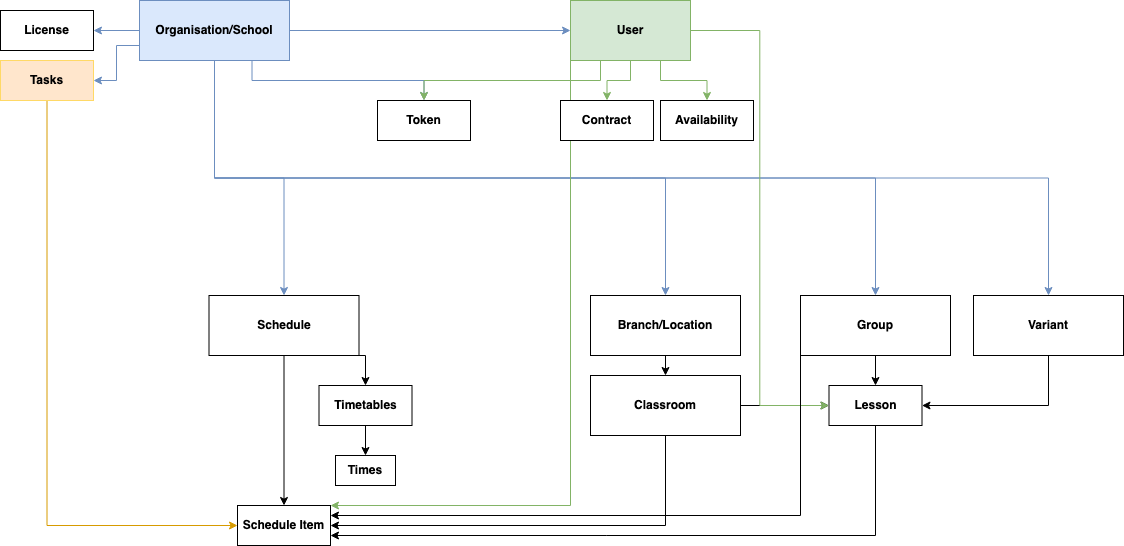
Before: Diagram zonder titel.drawio.png, a diagram exported from draw.io (joshuahiwat/randomeasytest). Source tidied: cells renumbered, new cells last; positions are measured from the earlier drawing's top-left corner, leaving out a move shared by most shapes.
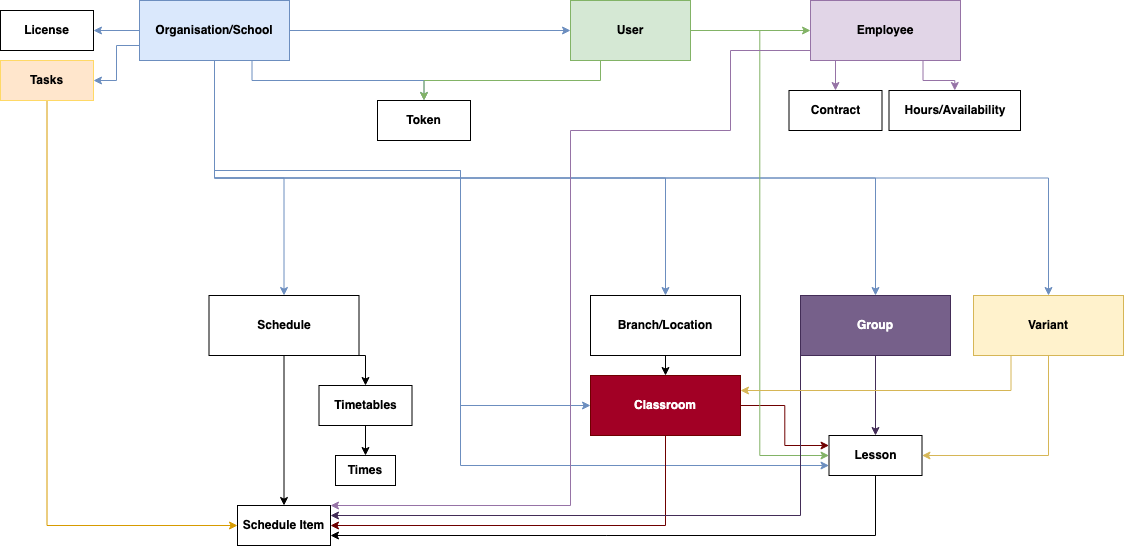
Later version of the same file.

Commit message:
EDU Middleware

What changed in the source:
```diff
@@ -31,6 +31,24 @@
     <mxCell id="10" style="edgeStyle=orthogonalEdgeStyle;rounded=0;jettySize=auto;html=1;exitX=0.5;exitY=1;exitDx=0;exitDy=0;entryX=0.5;entryY=0;entryDx=0;entryDy=0;fillColor=#dae8fc;strokeColor=#6c8ebf;" parent="1" edge="1" source="11" target="42">
       <mxGeometry relative="1" as="geometry" />
     </mxCell>
+    <mxCell id="43" style="edgeStyle=orthogonalEdgeStyle;rounded=0;jettySize=auto;html=1;exitX=0.5;exitY=1;exitDx=0;exitDy=0;entryX=0;entryY=0.5;entryDx=0;entryDy=0;fillColor=#dae8fc;strokeColor=#6c8ebf;" parent="1" edge="1" source="11" target="16">
+      <mxGeometry relative="1" as="geometry">
+        <Array as="points">
+          <mxPoint x="214" y="170" />
+          <mxPoint x="460" y="170" />
+          <mxPoint x="460" y="405" />
+        </Array>
+      </mxGeometry>
+    </mxCell>
+    <mxCell id="44" style="edgeStyle=orthogonalEdgeStyle;rounded=0;jettySize=auto;html=1;exitX=0.5;exitY=1;exitDx=0;exitDy=0;entryX=0;entryY=0.75;entryDx=0;entryDy=0;fillColor=#dae8fc;strokeColor=#6c8ebf;" parent="1" edge="1" source="11" target="30">
+      <mxGeometry relative="1" as="geometry">
+        <Array as="points">
+          <mxPoint x="214" y="170" />
+          <mxPoint x="460" y="170" />
+          <mxPoint x="460" y="465" />
+        </Array>
+      </mxGeometry>
+    </mxCell>
     <mxCell id="11" value="&lt;b&gt;Organisation/School&lt;/b&gt;" style="rounded=0;whiteSpace=wrap;html=1;fillColor=#dae8fc;strokeColor=#6c8ebf;" parent="1" vertex="1">
       <mxGeometry x="139" width="150" height="60" as="geometry" />
     </mxCell>
@@ -40,60 +58,50 @@
     <mxCell id="13" value="&lt;b&gt;Branch/Location&lt;/b&gt;" style="rounded=0;whiteSpace=wrap;html=1;" parent="1" vertex="1">
       <mxGeometry x="590" y="295" width="150" height="60" as="geometry" />
     </mxCell>
-    <mxCell id="14" style="edgeStyle=orthogonalEdgeStyle;rounded=0;jettySize=auto;html=1;exitX=0.5;exitY=1;exitDx=0;exitDy=0;entryX=1;entryY=0.5;entryDx=0;entryDy=0;" parent="1" edge="1" source="16" target="37">
+    <mxCell id="14" style="edgeStyle=orthogonalEdgeStyle;rounded=0;jettySize=auto;html=1;exitX=0.5;exitY=1;exitDx=0;exitDy=0;entryX=1;entryY=0.5;entryDx=0;entryDy=0;fillColor=#a20025;strokeColor=#6F0000;" parent="1" edge="1" source="16" target="37">
       <mxGeometry relative="1" as="geometry" />
     </mxCell>
-    <mxCell id="15" style="edgeStyle=orthogonalEdgeStyle;rounded=0;jettySize=auto;html=1;exitX=1;exitY=0.5;exitDx=0;exitDy=0;" parent="1" edge="1" source="16" target="30">
+    <mxCell id="15" style="edgeStyle=orthogonalEdgeStyle;rounded=0;jettySize=auto;html=1;exitX=1;exitY=0.5;exitDx=0;exitDy=0;fillColor=#a20025;strokeColor=#6F0000;entryX=0;entryY=0.25;entryDx=0;entryDy=0;" parent="1" edge="1" source="16" target="30">
       <mxGeometry relative="1" as="geometry" />
     </mxCell>
-    <mxCell id="16" value="&lt;b&gt;Classroom&lt;/b&gt;" style="rounded=0;whiteSpace=wrap;html=1;" parent="1" vertex="1">
+    <mxCell id="16" value="&lt;b&gt;Classroom&lt;/b&gt;" style="rounded=0;whiteSpace=wrap;html=1;fillColor=#a20025;fontColor=#ffffff;strokeColor=#6F0000;" parent="1" vertex="1">
       <mxGeometry x="590" y="375" width="150" height="60" as="geometry" />
     </mxCell>
-    <mxCell id="17" style="edgeStyle=orthogonalEdgeStyle;rounded=0;jettySize=auto;html=1;exitX=0.5;exitY=1;exitDx=0;exitDy=0;entryX=0.5;entryY=0;entryDx=0;entryDy=0;fillColor=#d5e8d4;strokeColor=#82b366;" parent="1" edge="1" source="22" target="24">
-      <mxGeometry relative="1" as="geometry" />
-    </mxCell>
-    <mxCell id="18" style="edgeStyle=orthogonalEdgeStyle;rounded=0;jettySize=auto;html=1;exitX=0.75;exitY=1;exitDx=0;exitDy=0;entryX=0.5;entryY=0;entryDx=0;entryDy=0;fillColor=#d5e8d4;strokeColor=#82b366;" parent="1" edge="1" source="22" target="23">
-      <mxGeometry relative="1" as="geometry" />
-    </mxCell>
     <mxCell id="19" style="edgeStyle=orthogonalEdgeStyle;rounded=0;jettySize=auto;html=1;exitX=0.25;exitY=1;exitDx=0;exitDy=0;entryX=0.5;entryY=0;entryDx=0;entryDy=0;fillColor=#d5e8d4;strokeColor=#82b366;" parent="1" edge="1" source="22" target="31">
       <mxGeometry relative="1" as="geometry" />
     </mxCell>
     <mxCell id="20" style="edgeStyle=orthogonalEdgeStyle;rounded=0;jettySize=auto;html=1;exitX=1;exitY=0.5;exitDx=0;exitDy=0;entryX=0;entryY=0.5;entryDx=0;entryDy=0;fillColor=#d5e8d4;strokeColor=#82b366;" parent="1" edge="1" source="22" target="30">
       <mxGeometry relative="1" as="geometry" />
     </mxCell>
-    <mxCell id="21" style="edgeStyle=orthogonalEdgeStyle;rounded=0;jettySize=auto;html=1;exitX=0;exitY=1;exitDx=0;exitDy=0;entryX=1;entryY=0;entryDx=0;entryDy=0;fillColor=#d5e8d4;strokeColor=#82b366;" parent="1" edge="1" source="22" target="37">
-      <mxGeometry relative="1" as="geometry">
-        <Array as="points">
-          <mxPoint x="570" y="505" />
-        </Array>
-      </mxGeometry>
-    </mxCell>
+    <mxCell id="45" style="edgeStyle=orthogonalEdgeStyle;rounded=0;jettySize=auto;html=1;exitX=1;exitY=0.5;exitDx=0;exitDy=0;fillColor=#d5e8d4;strokeColor=#82b366;" parent="1" edge="1" source="22" target="50">
+      <mxGeometry relative="1" as="geometry" />
+    </mxCell>
     <mxCell id="22" value="&lt;b&gt;User&lt;/b&gt;" style="rounded=0;whiteSpace=wrap;html=1;fillColor=#d5e8d4;strokeColor=#82b366;" parent="1" vertex="1">
       <mxGeometry x="570" width="120" height="60" as="geometry" />
     </mxCell>
-    <mxCell id="23" value="&lt;b&gt;Availability&lt;br&gt;&lt;/b&gt;" style="rounded=0;whiteSpace=wrap;html=1;" parent="1" vertex="1">
-      <mxGeometry x="660" y="100" width="93" height="40" as="geometry" />
+    <mxCell id="23" value="&lt;b&gt;Hours/Availability&lt;br&gt;&lt;/b&gt;" style="rounded=0;whiteSpace=wrap;html=1;" parent="1" vertex="1">
+      <mxGeometry x="888.5" y="90" width="131.5" height="40" as="geometry" />
     </mxCell>
     <mxCell id="24" value="&lt;b&gt;Contract&lt;br&gt;&lt;/b&gt;" style="rounded=0;whiteSpace=wrap;html=1;" parent="1" vertex="1">
-      <mxGeometry x="560" y="100" width="93" height="40" as="geometry" />
+      <mxGeometry x="788.5" y="90" width="93" height="40" as="geometry" />
     </mxCell>
     <mxCell id="25" value="&lt;b&gt;License&lt;br&gt;&lt;/b&gt;" style="rounded=0;whiteSpace=wrap;html=1;" parent="1" vertex="1">
       <mxGeometry y="10" width="93" height="40" as="geometry" />
     </mxCell>
-    <mxCell id="26" style="edgeStyle=orthogonalEdgeStyle;rounded=0;jettySize=auto;html=1;exitX=0.5;exitY=1;exitDx=0;exitDy=0;entryX=0.5;entryY=0;entryDx=0;entryDy=0;" parent="1" edge="1" source="28" target="30">
+    <mxCell id="26" style="edgeStyle=orthogonalEdgeStyle;rounded=0;jettySize=auto;html=1;exitX=0.5;exitY=1;exitDx=0;exitDy=0;entryX=0.5;entryY=0;entryDx=0;entryDy=0;fillColor=#76608a;strokeColor=#432D57;" parent="1" edge="1" source="28" target="30">
       <mxGeometry relative="1" as="geometry" />
     </mxCell>
-    <mxCell id="27" style="edgeStyle=orthogonalEdgeStyle;rounded=0;jettySize=auto;html=1;exitX=0;exitY=1;exitDx=0;exitDy=0;entryX=1;entryY=0.25;entryDx=0;entryDy=0;" parent="1" edge="1" source="28" target="37">
+    <mxCell id="27" style="edgeStyle=orthogonalEdgeStyle;rounded=0;jettySize=auto;html=1;exitX=0;exitY=1;exitDx=0;exitDy=0;entryX=1;entryY=0.25;entryDx=0;entryDy=0;fillColor=#76608a;strokeColor=#432D57;" parent="1" edge="1" source="28" target="37">
       <mxGeometry relative="1" as="geometry" />
     </mxCell>
-    <mxCell id="28" value="&lt;b&gt;Group&lt;br&gt;&lt;/b&gt;" style="rounded=0;whiteSpace=wrap;html=1;" parent="1" vertex="1">
+    <mxCell id="28" value="&lt;b&gt;Group&lt;br&gt;&lt;/b&gt;" style="rounded=0;whiteSpace=wrap;html=1;fillColor=#76608a;fontColor=#ffffff;strokeColor=#432D57;" parent="1" vertex="1">
       <mxGeometry x="800" y="295" width="150" height="60" as="geometry" />
     </mxCell>
     <mxCell id="29" style="edgeStyle=orthogonalEdgeStyle;rounded=0;jettySize=auto;html=1;exitX=0.5;exitY=1;exitDx=0;exitDy=0;entryX=1;entryY=0.75;entryDx=0;entryDy=0;" parent="1" edge="1" source="30" target="37">
       <mxGeometry relative="1" as="geometry" />
     </mxCell>
     <mxCell id="30" value="&lt;b&gt;Lesson&lt;br&gt;&lt;/b&gt;" style="rounded=0;whiteSpace=wrap;html=1;" parent="1" vertex="1">
-      <mxGeometry x="828.5" y="385" width="93" height="40" as="geometry" />
+      <mxGeometry x="828.5" y="435" width="93" height="40" as="geometry" />
     </mxCell>
     <mxCell id="31" value="&lt;b&gt;Token&lt;br&gt;&lt;/b&gt;" style="rounded=0;whiteSpace=wrap;html=1;" parent="1" vertex="1">
       <mxGeometry x="377" y="100" width="93" height="40" as="geometry" />
@@ -125,11 +133,34 @@
     <mxCell id="40" value="&lt;b&gt;Times&lt;br&gt;&lt;/b&gt;" style="rounded=0;whiteSpace=wrap;html=1;" parent="1" vertex="1">
       <mxGeometry x="335" y="455" width="60" height="30" as="geometry" />
     </mxCell>
-    <mxCell id="41" style="edgeStyle=orthogonalEdgeStyle;rounded=0;jettySize=auto;html=1;exitX=0.5;exitY=1;exitDx=0;exitDy=0;entryX=1;entryY=0.5;entryDx=0;entryDy=0;" parent="1" edge="1" source="42" target="30">
+    <mxCell id="41" style="edgeStyle=orthogonalEdgeStyle;rounded=0;jettySize=auto;html=1;exitX=0.5;exitY=1;exitDx=0;exitDy=0;entryX=1;entryY=0.5;entryDx=0;entryDy=0;fillColor=#fff2cc;strokeColor=#d6b656;" parent="1" edge="1" source="42" target="30">
       <mxGeometry relative="1" as="geometry" />
     </mxCell>
+    <mxCell id="46" style="edgeStyle=orthogonalEdgeStyle;rounded=0;jettySize=auto;html=1;exitX=0.25;exitY=1;exitDx=0;exitDy=0;entryX=1;entryY=0.25;entryDx=0;entryDy=0;fillColor=#fff2cc;strokeColor=#d6b656;" parent="1" edge="1" source="42" target="16">
+      <mxGeometry relative="1" as="geometry" />
+    </mxCell>
-    <mxCell id="42" value="&lt;b&gt;Variant&lt;br&gt;&lt;/b&gt;" style="rounded=0;whiteSpace=wrap;html=1;" parent="1" vertex="1">
+    <mxCell id="42" value="&lt;b&gt;Variant&lt;br&gt;&lt;/b&gt;" style="rounded=0;whiteSpace=wrap;html=1;fillColor=#fff2cc;strokeColor=#d6b656;" parent="1" vertex="1">
       <mxGeometry x="973" y="295" width="150" height="60" as="geometry" />
     </mxCell>
+    <mxCell id="47" style="edgeStyle=orthogonalEdgeStyle;rounded=0;jettySize=auto;html=1;exitX=0.75;exitY=1;exitDx=0;exitDy=0;entryX=0.5;entryY=0;entryDx=0;entryDy=0;fillColor=#e1d5e7;strokeColor=#9673a6;" parent="1" edge="1" source="50" target="23">
+      <mxGeometry relative="1" as="geometry" />
+    </mxCell>
+    <mxCell id="48" style="edgeStyle=orthogonalEdgeStyle;rounded=0;jettySize=auto;html=1;exitX=0.25;exitY=1;exitDx=0;exitDy=0;entryX=0.5;entryY=0;entryDx=0;entryDy=0;fillColor=#e1d5e7;strokeColor=#9673a6;" parent="1" edge="1" source="50" target="24">
+      <mxGeometry relative="1" as="geometry" />
+    </mxCell>
+    <mxCell id="49" style="edgeStyle=orthogonalEdgeStyle;rounded=0;jettySize=auto;html=1;exitX=0;exitY=0.5;exitDx=0;exitDy=0;entryX=1;entryY=0;entryDx=0;entryDy=0;fillColor=#e1d5e7;strokeColor=#9673a6;" parent="1" edge="1" source="50" target="37">
+      <mxGeometry relative="1" as="geometry">
+        <Array as="points">
+          <mxPoint x="810" y="50" />
+          <mxPoint x="730" y="50" />
+          <mxPoint x="730" y="130" />
+          <mxPoint x="570" y="130" />
+          <mxPoint x="570" y="505" />
+        </Array>
+      </mxGeometry>
+    </mxCell>
+    <mxCell id="50" value="&lt;b&gt;Employee&lt;br&gt;&lt;/b&gt;" style="rounded=0;whiteSpace=wrap;html=1;fillColor=#e1d5e7;strokeColor=#9673a6;" parent="1" vertex="1">
+      <mxGeometry x="810" width="150" height="60" as="geometry" />
+    </mxCell>
   </root>
 </mxGraphModel>
```
